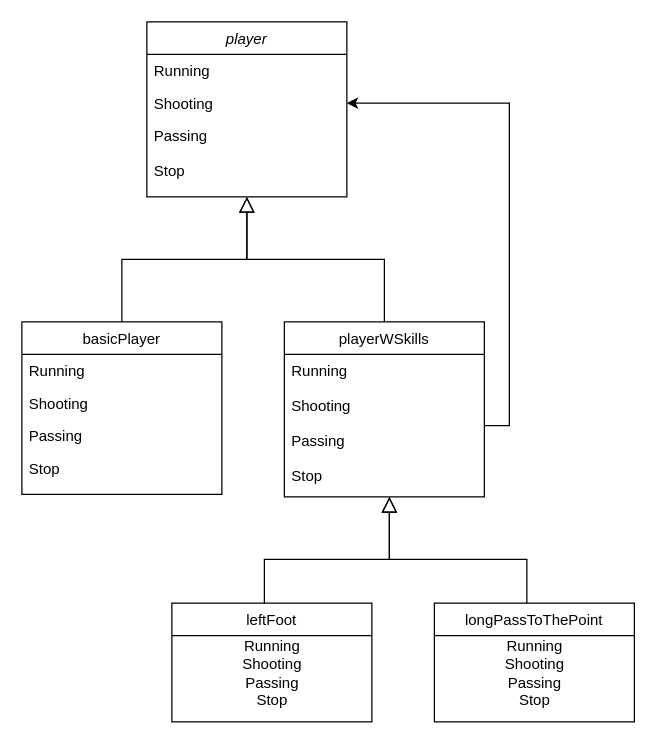
Above: Untitled Diagram.drawio in Scise/TBSuml (draw.io), before the change. Source tidied: cells renumbered, new cells numbered last; positions are measured from the earlier drawing's top-left corner, leaving out a move shared by most shapes. Both pictures are drawn from the tidied source at 125%, with x=0, y=0 at pixel (21, 21).
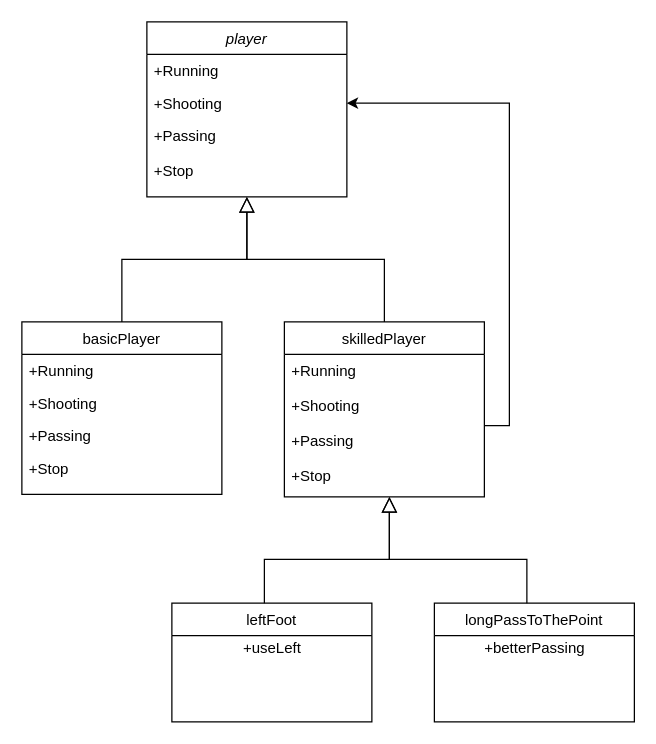
Above is the later version.

The change refers to these unchanged cells:
```xml
<mxCell id="2" value="player" style="swimlane;fontStyle=2;align=center;verticalAlign=top;horizontal=1;startSize=26;rounded=0;shadow=0;strokeWidth=1;" parent="1" vertex="1">
  <mxGeometry x="100" width="160" height="140" as="geometry" />
</mxCell>
<mxCell id="6" value="basicPlayer" style="swimlane;fontStyle=0;align=center;verticalAlign=top;horizontal=1;startSize=26;rounded=0;shadow=0;strokeWidth=1;" parent="1" vertex="1">
  <mxGeometry y="240" width="160" height="138" as="geometry" />
</mxCell>
<mxCell id="18" value="leftFoot" style="swimlane;fontStyle=0;align=center;verticalAlign=top;horizontal=1;startSize=26;rounded=0;shadow=0;strokeWidth=1;" parent="1" vertex="1">
  <mxGeometry x="120" y="465" width="160" height="95" as="geometry" />
</mxCell>
<mxCell id="20" value="longPassToThePoint" style="swimlane;fontStyle=0;align=center;verticalAlign=top;horizontal=1;startSize=26;rounded=0;shadow=0;strokeWidth=1;" parent="1" vertex="1">
  <mxGeometry x="330" y="465" width="160" height="95" as="geometry" />
</mxCell>
```

Change to the diagram source:
```diff
@@
-    <mxCell id="3" value="Running&#10; " style="text;align=left;verticalAlign=top;spacingLeft=4;spacingRight=4;overflow=hidden;" parent="2" vertex="1">
+    <mxCell id="3" value="+Running&#10; " style="text;align=left;verticalAlign=top;spacingLeft=4;spacingRight=4;overflow=hidden;" parent="2" vertex="1">
       <mxGeometry y="26" width="160" height="26" as="geometry" />
     </mxCell>
-    <mxCell id="4" value="Shooting" style="text;align=left;verticalAlign=top;spacingLeft=4;spacingRight=4;overflow=hidden;points=[[0,0.5],[1,0.5]];portConstraint=eastwest;rounded=0;shadow=0;html=0;" parent="2" vertex="1">
+    <mxCell id="4" value="+Shooting" style="text;align=left;verticalAlign=top;spacingLeft=4;spacingRight=4;overflow=hidden;points=[[0,0.5],[1,0.5]];portConstraint=eastwest;rounded=0;shadow=0;html=0;" parent="2" vertex="1">
       <mxGeometry y="52" width="160" height="26" as="geometry" />
     </mxCell>
-    <mxCell id="5" value="Passing&#10;&#10;Stop" style="text;align=left;verticalAlign=top;spacingLeft=4;spacingRight=4;overflow=hidden;rounded=0;shadow=0;html=0;" parent="2" vertex="1">
+    <mxCell id="5" value="+Passing&#10;&#10;+Stop" style="text;align=left;verticalAlign=top;spacingLeft=4;spacingRight=4;overflow=hidden;rounded=0;shadow=0;html=0;" parent="2" vertex="1">
       <mxGeometry y="78" width="160" height="52" as="geometry" />
     </mxCell>
@@
-    <mxCell id="7" value="Running" style="text;align=left;verticalAlign=top;spacingLeft=4;spacingRight=4;overflow=hidden;" parent="6" vertex="1">
+    <mxCell id="7" value="+Running" style="text;align=left;verticalAlign=top;spacingLeft=4;spacingRight=4;overflow=hidden;" parent="6" vertex="1">
       <mxGeometry y="26" width="160" height="26" as="geometry" />
     </mxCell>
-    <mxCell id="8" value="Shooting" style="text;align=left;verticalAlign=top;spacingLeft=4;spacingRight=4;overflow=hidden;rounded=0;shadow=0;html=0;" parent="6" vertex="1">
+    <mxCell id="8" value="+Shooting" style="text;align=left;verticalAlign=top;spacingLeft=4;spacingRight=4;overflow=hidden;rounded=0;shadow=0;html=0;" parent="6" vertex="1">
       <mxGeometry y="52" width="160" height="26" as="geometry" />
     </mxCell>
-    <mxCell id="9" value="Passing" style="text;align=left;verticalAlign=top;spacingLeft=4;spacingRight=4;overflow=hidden;fontStyle=0;" parent="6" vertex="1">
+    <mxCell id="9" value="+Passing" style="text;align=left;verticalAlign=top;spacingLeft=4;spacingRight=4;overflow=hidden;fontStyle=0;" parent="6" vertex="1">
       <mxGeometry y="78" width="160" height="26" as="geometry" />
     </mxCell>
-    <mxCell id="10" value="Stop" style="text;align=left;verticalAlign=top;spacingLeft=4;spacingRight=4;overflow=hidden;" parent="6" vertex="1">
+    <mxCell id="10" value="+Stop" style="text;align=left;verticalAlign=top;spacingLeft=4;spacingRight=4;overflow=hidden;" parent="6" vertex="1">
       <mxGeometry y="104" width="160" height="26" as="geometry" />
     </mxCell>
@@
-    <mxCell id="12" value="playerWSkills" style="swimlane;fontStyle=0;align=center;verticalAlign=top;horizontal=1;startSize=26;rounded=0;shadow=0;strokeWidth=1;" parent="1" vertex="1">
+    <mxCell id="12" value="skilledPlayer" style="swimlane;fontStyle=0;align=center;verticalAlign=top;horizontal=1;startSize=26;rounded=0;shadow=0;strokeWidth=1;" parent="1" vertex="1">
       <mxGeometry x="210" y="240" width="160" height="140" as="geometry" />
     </mxCell>
-    <mxCell id="13" value="Running&#10;&#10;Shooting&#10;&#10;Passing&#10;&#10;Stop&#10;" style="text;align=left;verticalAlign=top;spacingLeft=4;spacingRight=4;overflow=hidden;points=[[0,0.5],[1,0.5]];portConstraint=eastwest;" parent="12" vertex="1">
+    <mxCell id="13" value="+Running&#10;&#10;+Shooting&#10;&#10;+Passing&#10;&#10;+Stop&#10;" style="text;align=left;verticalAlign=top;spacingLeft=4;spacingRight=4;overflow=hidden;points=[[0,0.5],[1,0.5]];portConstraint=eastwest;" parent="12" vertex="1">
       <mxGeometry y="26" width="160" height="114" as="geometry" />
     </mxCell>
@@
-    <mxCell id="19" value="Running&lt;br&gt;Shooting&lt;br&gt;Passing&lt;br&gt;Stop" style="text;html=1;align=center;verticalAlign=middle;" parent="18" vertex="1">
-      <mxGeometry y="26" width="160" height="60" as="geometry" />
+    <mxCell id="19" value="+useLeft" style="text;html=1;align=center;verticalAlign=middle;" parent="18" vertex="1">
+      <mxGeometry y="26" width="160" height="20" as="geometry" />
     </mxCell>
@@
-    <mxCell id="21" value="Running&lt;br&gt;Shooting&lt;br&gt;Passing&lt;br&gt;Stop" style="text;html=1;align=center;verticalAlign=middle;" parent="20" vertex="1">
-      <mxGeometry y="26" width="160" height="60" as="geometry" />
+    <mxCell id="21" value="+betterPassing" style="text;html=1;align=center;verticalAlign=middle;" parent="20" vertex="1">
+      <mxGeometry y="26" width="160" height="20" as="geometry" />
     </mxCell>
```
